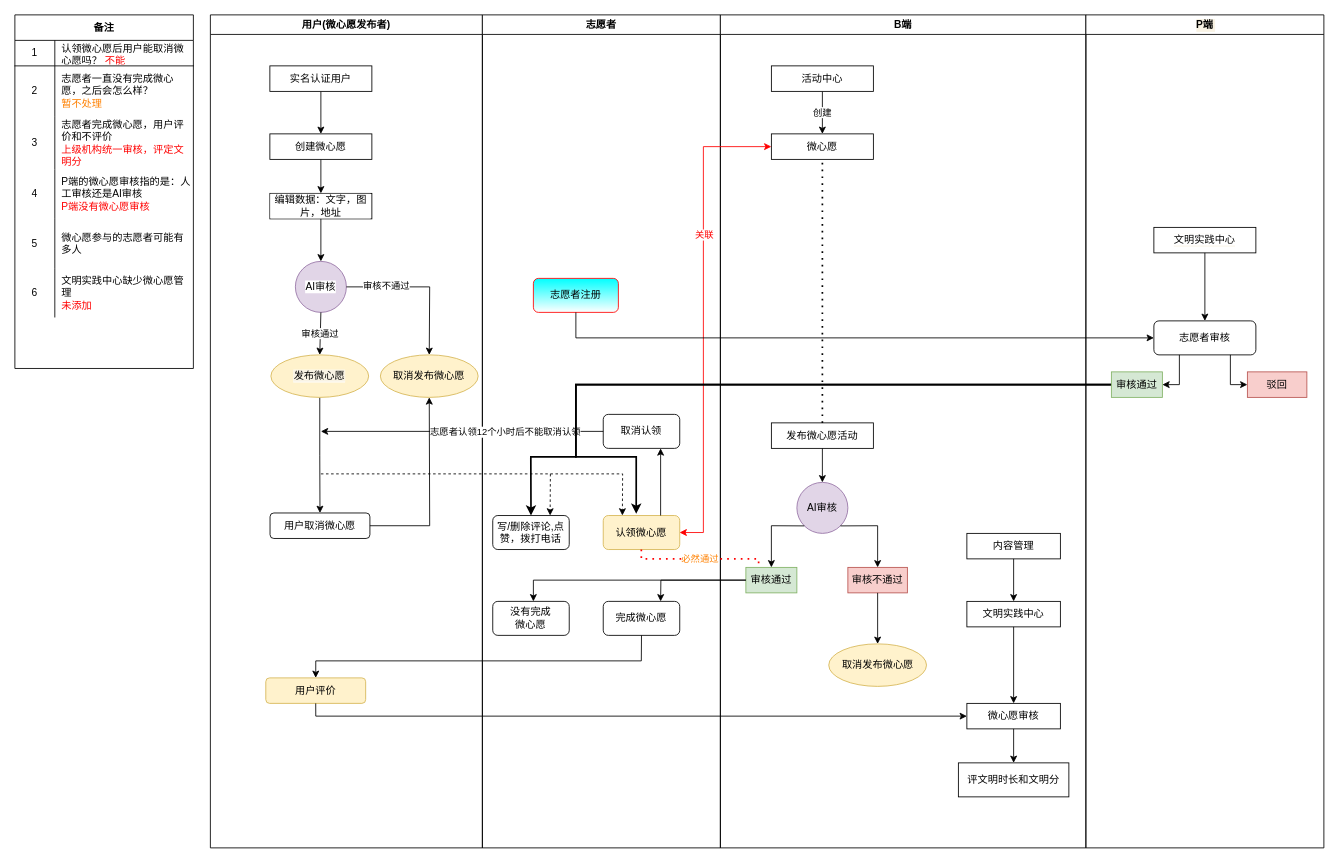
Above: 微心愿改版.drawio in KZ137onethe/hello-world (draw.io), before the change. Source tidied: cells renumbered, new cells numbered last; positions are measured from the earlier drawing's top-left corner, leaving out a move shared by most shapes. Both pictures are drawn from the tidied source at 85%, with x=0, y=0 at pixel (14, 14).
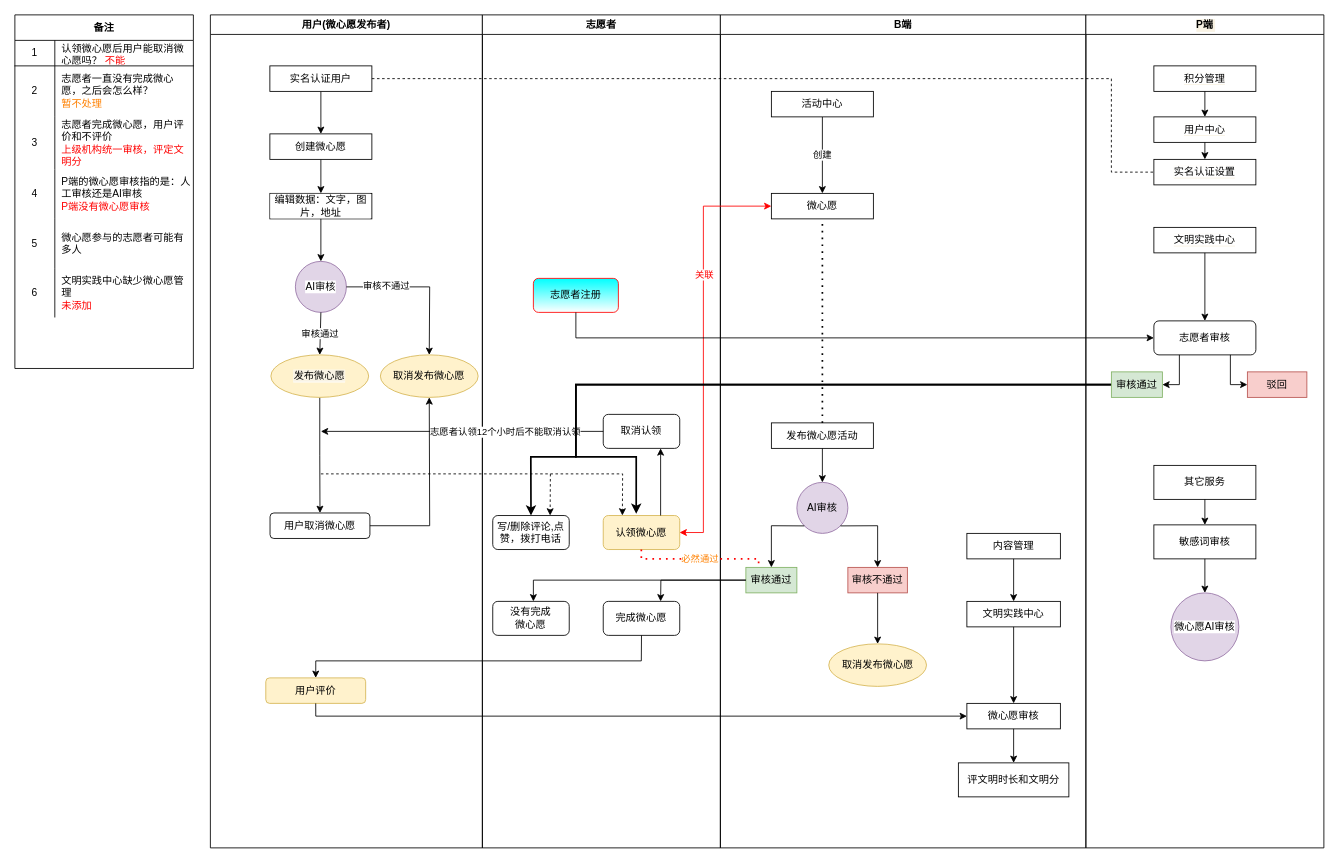
The same page after the edit.

Commit message:
微心愿改版.drawio

Unchanged cells that the change refers to:
```xml
<mxCell id="2" value="用户(微心愿发布者)" style="swimlane;" parent="1" vertex="1">
  <mxGeometry x="230" width="320" height="980" as="geometry" />
</mxCell>
<mxCell id="25" value="B端" style="swimlane;fillColor=default;strokeColor=default;fontColor=default;" parent="1" vertex="1">
  <mxGeometry x="830" width="430" height="980" as="geometry" />
</mxCell>
<mxCell id="81" value="P端" style="swimlane;labelBackgroundColor=#F9F3E4;fontColor=default;strokeColor=default;strokeWidth=1;fillColor=default;" parent="1" vertex="1">
  <mxGeometry x="1260" width="280" height="980" as="geometry" />
</mxCell>
```

Change to the diagram source:
```diff
@@
-    <mxCell id="4" value="实名认证用户" style="rounded=0;whiteSpace=wrap;html=1;labelBackgroundColor=default;fontColor=default;" parent="2" vertex="1">
+    <mxCell id="4" value="实名认证用户" style="rounded=0;whiteSpace=wrap;html=1;labelBackgroundColor=default;fontColor=default;fillColor=default;strokeColor=default;" parent="2" vertex="1">
       <mxGeometry x="70" y="60" width="120" height="30" as="geometry" />
     </mxCell>
@@
-    <mxCell id="27" value="活动中心" style="rounded=0;whiteSpace=wrap;html=1;" parent="25" vertex="1">
-      <mxGeometry x="60" y="60" width="120" height="30" as="geometry" />
+    <mxCell id="27" value="活动中心" style="rounded=0;whiteSpace=wrap;html=1;fillColor=default;strokeColor=default;fontColor=default;" parent="25" vertex="1">
+      <mxGeometry x="60" y="90" width="120" height="30" as="geometry" />
     </mxCell>
-    <mxCell id="28" value="微心愿" style="rounded=0;whiteSpace=wrap;html=1;" parent="25" vertex="1">
-      <mxGeometry x="60" y="140" width="120" height="30" as="geometry" />
+    <mxCell id="28" value="微心愿" style="rounded=0;whiteSpace=wrap;html=1;fillColor=default;strokeColor=default;fontColor=default;" parent="25" vertex="1">
+      <mxGeometry x="60" y="210" width="120" height="30" as="geometry" />
     </mxCell>
@@
-    <mxCell id="50" style="endArrow=classic;startArrow=classic;html=1;rounded=0;entryX=0;entryY=0.5;entryDx=0;entryDy=0;strokeColor=#FF0000;" parent="1" edge="1" target="28">
+    <mxCell id="50" style="endArrow=classic;startArrow=classic;html=1;rounded=0;entryX=0;entryY=0.5;entryDx=0;entryDy=0;strokeColor=#FF0000;labelBackgroundColor=default;fontColor=default;" parent="1" edge="1" target="28">
       <mxGeometry relative="1" as="geometry">
         <mxPoint x="782" y="609" as="sourcePoint" />
         <Array as="points">
           <mxPoint x="810" y="609" />
-          <mxPoint x="810" y="155" />
+          <mxPoint x="810" y="225" />
         </Array>
       </mxGeometry>
     </mxCell>
@@
+    <mxCell id="89" value="&lt;span style=&quot;background-color: rgb(255 , 255 , 255)&quot;&gt;积分管理&lt;/span&gt;" style="rounded=0;whiteSpace=wrap;html=1;labelBackgroundColor=#F9F3E4;fontColor=default;strokeColor=default;strokeWidth=1;fillColor=default;" parent="81" vertex="1">
+      <mxGeometry x="80" y="60" width="120" height="30" as="geometry" />
+    </mxCell>
+    <mxCell id="90" value="&lt;span style=&quot;background-color: rgb(255 , 255 , 255)&quot;&gt;用户中心&lt;/span&gt;" style="rounded=0;whiteSpace=wrap;html=1;labelBackgroundColor=#F9F3E4;fontColor=default;strokeColor=default;strokeWidth=1;fillColor=default;" parent="81" vertex="1">
+      <mxGeometry x="80" y="120" width="120" height="30" as="geometry" />
+    </mxCell>
+    <mxCell id="91" value="&lt;span style=&quot;background-color: rgb(255 , 255 , 255)&quot;&gt;实名认证设置&lt;/span&gt;" style="rounded=0;whiteSpace=wrap;html=1;labelBackgroundColor=#F9F3E4;fontColor=default;strokeColor=default;strokeWidth=1;fillColor=default;" parent="81" vertex="1">
+      <mxGeometry x="80" y="170" width="120" height="30" as="geometry" />
+    </mxCell>
+    <mxCell id="92" style="endArrow=classic;html=1;rounded=0;labelBackgroundColor=default;fontColor=default;strokeColor=default;strokeWidth=1;fillColor=default;exitX=0.5;exitY=1;exitDx=0;exitDy=0;" parent="81" edge="1" source="89" target="90">
+      <mxGeometry relative="1" as="geometry" />
+    </mxCell>
+    <mxCell id="93" style="endArrow=classic;html=1;rounded=0;labelBackgroundColor=default;fontColor=default;strokeColor=default;strokeWidth=1;fillColor=default;exitX=0.5;exitY=1;exitDx=0;exitDy=0;" parent="81" edge="1" source="90" target="91">
+      <mxGeometry relative="1" as="geometry" />
+    </mxCell>
+    <mxCell id="94" value="其它服务" style="rounded=0;whiteSpace=wrap;html=1;labelBackgroundColor=default;fontColor=default;strokeColor=default;strokeWidth=1;fillColor=default;" parent="81" vertex="1">
+      <mxGeometry x="80" y="530" width="120" height="40" as="geometry" />
+    </mxCell>
+    <mxCell id="95" value="敏感词审核" style="rounded=0;whiteSpace=wrap;html=1;labelBackgroundColor=default;fontColor=default;strokeColor=default;strokeWidth=1;fillColor=default;" parent="81" vertex="1">
+      <mxGeometry x="80" y="600" width="120" height="40" as="geometry" />
+    </mxCell>
+    <mxCell id="96" value="&lt;span&gt;微心愿AI审核&lt;/span&gt;" style="ellipse;whiteSpace=wrap;html=1;labelBackgroundColor=default;strokeColor=#9673a6;strokeWidth=1;fillColor=#e1d5e7;fontColor=default;" parent="81" vertex="1">
+      <mxGeometry x="100" y="680" width="80" height="80" as="geometry" />
+    </mxCell>
+    <mxCell id="97" style="endArrow=classic;html=1;rounded=0;labelBackgroundColor=default;fontColor=default;strokeColor=default;strokeWidth=1;fillColor=default;exitX=0.5;exitY=1;exitDx=0;exitDy=0;entryX=0.5;entryY=0;entryDx=0;entryDy=0;" parent="81" edge="1" source="94" target="95">
+      <mxGeometry relative="1" as="geometry" />
+    </mxCell>
+    <mxCell id="98" style="endArrow=classic;html=1;rounded=0;labelBackgroundColor=default;fontColor=default;strokeColor=default;strokeWidth=1;fillColor=default;exitX=0.5;exitY=1;exitDx=0;exitDy=0;entryX=0.5;entryY=0;entryDx=0;entryDy=0;" parent="81" edge="1" source="95" target="96">
+      <mxGeometry relative="1" as="geometry" />
+    </mxCell>
+    <mxCell id="99" style="endArrow=none;dashed=1;html=1;rounded=0;labelBackgroundColor=default;fontColor=default;strokeColor=default;strokeWidth=1;fillColor=default;exitX=1;exitY=0.5;exitDx=0;exitDy=0;entryX=0;entryY=0.5;entryDx=0;entryDy=0;" parent="1" edge="1" source="4" target="91">
+      <mxGeometry relative="1" as="geometry">
+        <Array as="points">
+          <mxPoint x="1290" y="75" />
+          <mxPoint x="1290" y="185" />
+        </Array>
+      </mxGeometry>
+    </mxCell>
```
